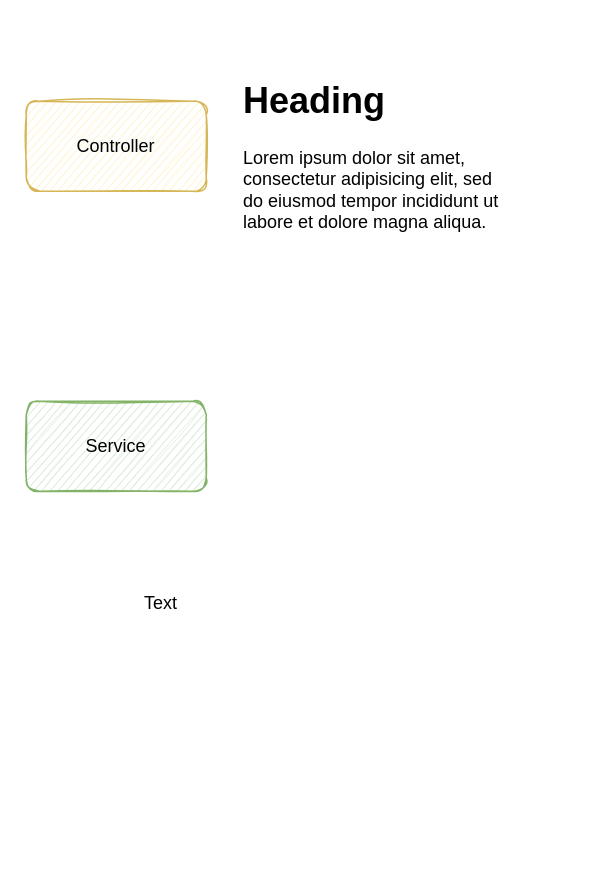
Earlier version of the draw.io diagram Untitled Diagram.drawio (kodecamp/arch-poc). Source tidied: cells renumbered, new cells numbered last; positions are measured from the earlier drawing's top-left corner, leaving out a move shared by most shapes. Both pictures are drawn from the tidied source at 150%, with x=0, y=0 at pixel (26, 70).
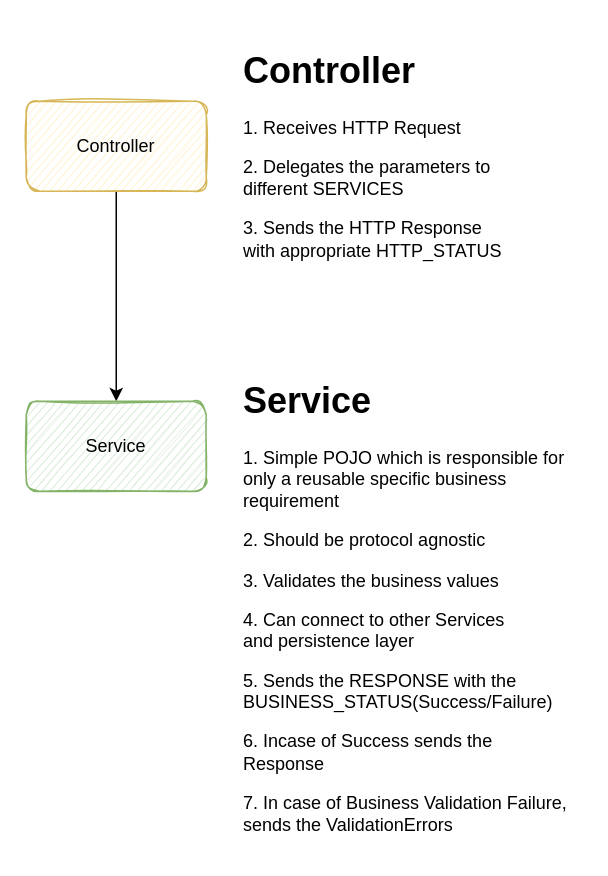
Above is the later version.

Change to the diagram source:
```diff
@@
 <mxGraphModel background="#ffffff">
   <root>
     <mxCell id="0" />
     <mxCell id="1" parent="0" />
+    <mxCell id="6" style="edgeStyle=orthogonalEdgeStyle;rounded=0;jettySize=auto;html=1;entryX=0.5;entryY=0;entryDx=0;entryDy=0;" parent="1" edge="1" source="2" target="3">
+      <mxGeometry relative="1" as="geometry" />
+    </mxCell>
     <mxCell id="2" value="Controller" style="rounded=1;whiteSpace=wrap;html=1;fillColor=#fff2cc;strokeColor=#d6b656;glass=0;sketch=1;" parent="1" vertex="1">
       <mxGeometry y="20" width="120" height="60" as="geometry" />
     </mxCell>
     <mxCell id="3" value="Service" style="rounded=1;whiteSpace=wrap;html=1;glass=0;sketch=1;fillColor=#d5e8d4;strokeColor=#82b366;" parent="1" vertex="1">
       <mxGeometry y="220" width="120" height="60" as="geometry" />
     </mxCell>
-    <mxCell id="4" value="Text" style="text;html=1;strokeColor=none;fillColor=none;align=center;verticalAlign=middle;whiteSpace=wrap;rounded=0;glass=0;labelBorderColor=none;sketch=1;" parent="1" vertex="1">
-      <mxGeometry x="60" y="340" width="60" height="30" as="geometry" />
-    </mxCell>
-    <mxCell id="5" value="&lt;h1&gt;Heading&lt;/h1&gt;&lt;p&gt;Lorem ipsum dolor sit amet, consectetur adipisicing elit, sed do eiusmod tempor incididunt ut labore et dolore magna aliqua.&lt;/p&gt;" style="text;html=1;strokeColor=none;fillColor=none;spacing=5;spacingTop=-20;whiteSpace=wrap;overflow=hidden;rounded=0;glass=0;labelBorderColor=none;sketch=1;" parent="1" vertex="1">
-      <mxGeometry x="140" width="190" height="120" as="geometry" />
+    <mxCell id="5" value="&lt;h1&gt;Controller&lt;/h1&gt;&lt;p&gt;1. Receives HTTP Request&lt;/p&gt;&lt;p&gt;2. Delegates the parameters to different SERVICES&lt;/p&gt;&lt;p&gt;3. Sends the HTTP Response with appropriate HTTP_STATUS&lt;/p&gt;" style="text;html=1;strokeColor=none;fillColor=none;spacing=5;spacingTop=-20;whiteSpace=wrap;overflow=hidden;rounded=0;glass=0;labelBorderColor=none;sketch=1;" parent="1" vertex="1">
+      <mxGeometry x="140" y="-20" width="190" height="150" as="geometry" />
     </mxCell>
+    <mxCell id="7" value="&lt;h1&gt;Service&lt;/h1&gt;&lt;p&gt;1. Simple POJO which is responsible for only a reusable specific business requirement&lt;/p&gt;&lt;p&gt;2. Should be protocol agnostic&lt;/p&gt;&lt;p&gt;3. Validates the business values&lt;/p&gt;&lt;p&gt;4. Can connect to other Services and&amp;nbsp;&lt;span&gt;persistence layer&lt;/span&gt;&lt;/p&gt;&lt;p&gt;&lt;span&gt;5. Sends the RESPONSE with the BUSINESS_STATUS(Success/&lt;/span&gt;&lt;span&gt;Failure)&lt;/span&gt;&lt;/p&gt;&lt;p&gt;&lt;span&gt;6. Incase of Success sends the Response&lt;/span&gt;&lt;/p&gt;&lt;p&gt;&lt;span&gt;7. In case of Business Validation Failure, sends the ValidationErrors&lt;/span&gt;&lt;/p&gt;" style="text;html=1;strokeColor=none;fillColor=none;spacing=5;spacingTop=-20;whiteSpace=wrap;overflow=hidden;rounded=0;glass=0;labelBorderColor=none;sketch=1;" parent="1" vertex="1">
+      <mxGeometry x="140" y="200" width="230" height="320" as="geometry" />
+    </mxCell>
   </root>
 </mxGraphModel>
```
